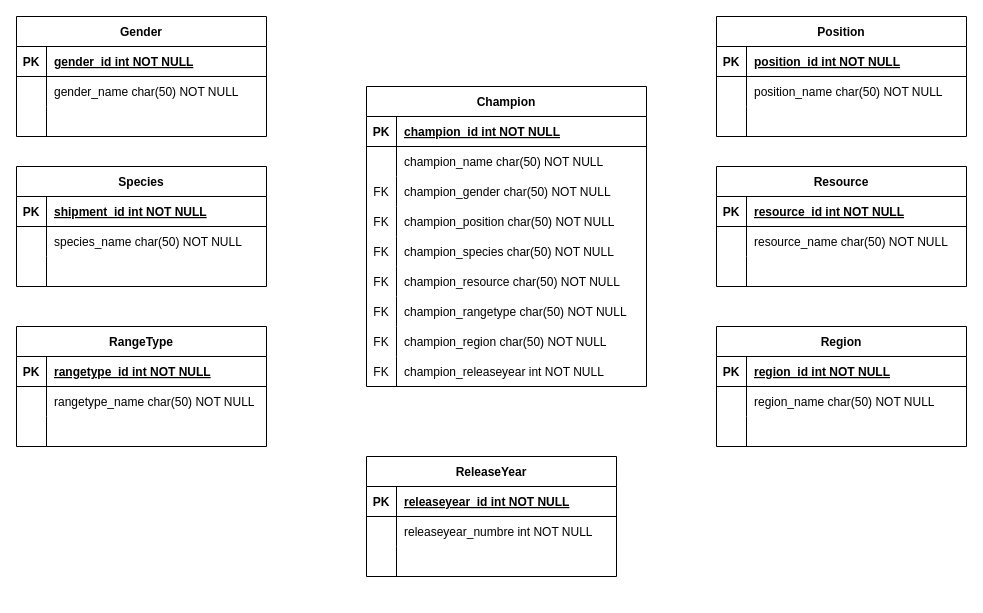
This is Loldle.drawio from YlanBtsCiel/BTS2-CIEL-IR-MCD-2024-2025, a draw.io file, before an edit. Source tidied: cells renumbered, new cells numbered last; positions are measured from the earlier drawing's top-left corner, leaving out a move shared by most shapes. Both pictures are drawn from the tidied source at 100%, with x=0, y=0 at pixel (16, 16).
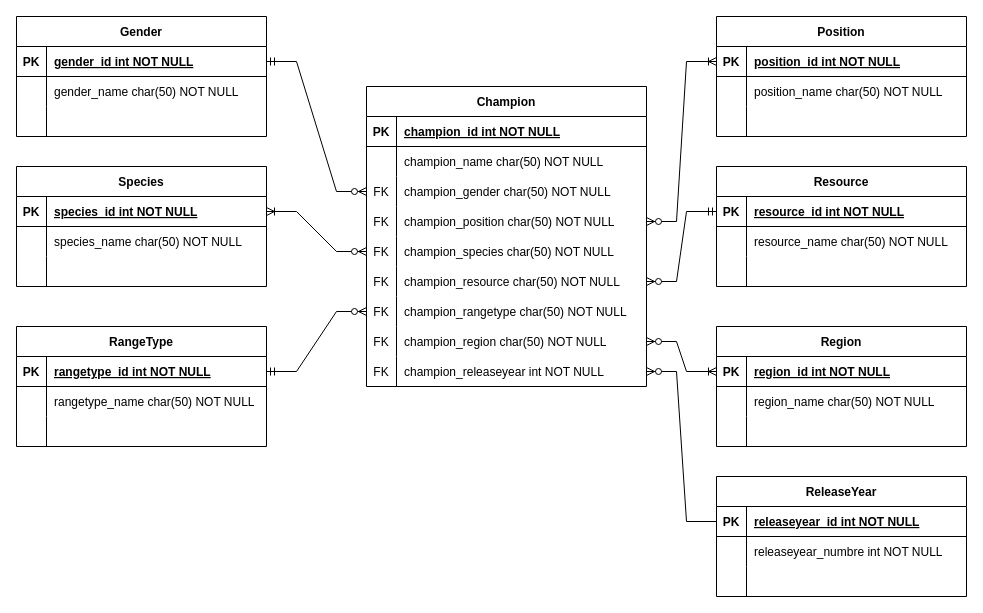
The same diagram, later.

Commit message:
Mettre à jour Loldle.drawio

Unchanged cells that the change refers to:
```xml
<mxCell id="3" style="shape=partialRectangle;fillColor=none;points=[[0,0.5],[1,0.5]];portConstraint=eastwest;top=0;left=0;right=0;bottom=1;" parent="2" vertex="1">
  <mxGeometry y="30" width="250" height="30" as="geometry" />
</mxCell>
<mxCell id="13" style="shape=partialRectangle;fillColor=none;points=[[0,0.5],[1,0.5]];portConstraint=eastwest;top=0;left=0;right=0;bottom=1;" parent="12" vertex="1">
  <mxGeometry y="30" width="250" height="30" as="geometry" />
</mxCell>
<mxCell id="29" style="shape=partialRectangle;fillColor=none;points=[[0,0.5],[1,0.5]];portConstraint=eastwest;top=0;left=0;right=0;bottom=0;" parent="22" vertex="1">
  <mxGeometry y="90" width="280" height="30" as="geometry" />
</mxCell>
<mxCell id="32" style="shape=partialRectangle;fillColor=none;points=[[0,0.5],[1,0.5]];portConstraint=eastwest;top=0;left=0;right=0;bottom=0;" parent="22" vertex="1">
  <mxGeometry y="120" width="280" height="30" as="geometry" />
</mxCell>
<mxCell id="35" style="shape=partialRectangle;fillColor=none;points=[[0,0.5],[1,0.5]];portConstraint=eastwest;top=0;left=0;right=0;bottom=0;" parent="22" vertex="1">
  <mxGeometry y="150" width="280" height="30" as="geometry" />
</mxCell>
<mxCell id="38" style="shape=partialRectangle;fillColor=none;points=[[0,0.5],[1,0.5]];portConstraint=eastwest;top=0;left=0;right=0;bottom=0;" parent="22" vertex="1">
  <mxGeometry y="180" width="280" height="30" as="geometry" />
</mxCell>
<mxCell id="41" style="shape=partialRectangle;fillColor=none;points=[[0,0.5],[1,0.5]];portConstraint=eastwest;top=0;left=0;right=0;bottom=0;" parent="22" vertex="1">
  <mxGeometry y="210" width="280" height="30" as="geometry" />
</mxCell>
<mxCell id="44" style="shape=partialRectangle;fillColor=none;points=[[0,0.5],[1,0.5]];portConstraint=eastwest;top=0;left=0;right=0;bottom=0;" parent="22" vertex="1">
  <mxGeometry y="240" width="280" height="30" as="geometry" />
</mxCell>
<mxCell id="47" style="shape=partialRectangle;fillColor=none;points=[[0,0.5],[1,0.5]];portConstraint=eastwest;top=0;left=0;right=0;bottom=0;" parent="22" vertex="1">
  <mxGeometry y="270" width="280" height="30" as="geometry" />
</mxCell>
<mxCell id="51" style="shape=partialRectangle;fillColor=none;points=[[0,0.5],[1,0.5]];portConstraint=eastwest;top=0;left=0;right=0;bottom=1;" parent="50" vertex="1">
  <mxGeometry y="30" width="250" height="30" as="geometry" />
</mxCell>
<mxCell id="61" style="shape=partialRectangle;fillColor=none;points=[[0,0.5],[1,0.5]];portConstraint=eastwest;top=0;left=0;right=0;bottom=1;" parent="60" vertex="1">
  <mxGeometry y="30" width="250" height="30" as="geometry" />
</mxCell>
<mxCell id="71" style="shape=partialRectangle;fillColor=none;points=[[0,0.5],[1,0.5]];portConstraint=eastwest;top=0;left=0;right=0;bottom=1;" parent="70" vertex="1">
  <mxGeometry y="30" width="250" height="30" as="geometry" />
</mxCell>
<mxCell id="81" style="shape=partialRectangle;fillColor=none;points=[[0,0.5],[1,0.5]];portConstraint=eastwest;top=0;left=0;right=0;bottom=1;" parent="80" vertex="1">
  <mxGeometry y="30" width="250" height="30" as="geometry" />
</mxCell>
<mxCell id="91" style="shape=partialRectangle;fillColor=none;points=[[0,0.5],[1,0.5]];portConstraint=eastwest;top=0;left=0;right=0;bottom=1;" parent="90" vertex="1">
  <mxGeometry y="30" width="250" height="30" as="geometry" />
</mxCell>
```

Change to the diagram source:
```diff
@@
-    <mxCell id="53" value="shipment_id int NOT NULL " style="shape=partialRectangle;overflow=hidden;fillColor=none;top=0;left=0;bottom=0;right=0;align=left;spacingLeft=6;fontStyle=5;" parent="51" vertex="1">
+    <mxCell id="53" value="species_id int NOT NULL " style="shape=partialRectangle;overflow=hidden;fillColor=none;top=0;left=0;bottom=0;right=0;align=left;spacingLeft=6;fontStyle=5;" parent="51" vertex="1">
       <mxGeometry x="30" width="220" height="30" as="geometry" />
     </mxCell>
@@
     <mxCell id="90" value="ReleaseYear" style="shape=table;startSize=30;childLayout=tableLayout;rowLines=0;fontStyle=1;align=center;" parent="1" vertex="1">
-      <mxGeometry x="350" y="440" width="250" height="120" as="geometry" />
+      <mxGeometry x="700" y="460" width="250" height="120" as="geometry" />
     </mxCell>
@@
+    <mxCell id="100" style="edgeStyle=entityRelationEdgeStyle;fontSize=12;html=1;endArrow=ERzeroToMany;startArrow=ERmandOne;rounded=0;entryX=0;entryY=0.5;entryDx=0;entryDy=0;exitX=1;exitY=0.5;exitDx=0;exitDy=0;" parent="1" edge="1" source="3" target="29">
+      <mxGeometry relative="1" as="geometry" />
+    </mxCell>
+    <mxCell id="101" style="edgeStyle=entityRelationEdgeStyle;fontSize=12;html=1;endArrow=ERoneToMany;startArrow=ERzeroToMany;rounded=0;entryX=0;entryY=0.5;entryDx=0;entryDy=0;exitX=1;exitY=0.5;exitDx=0;exitDy=0;" parent="1" edge="1" source="32" target="13">
+      <mxGeometry relative="1" as="geometry" />
+    </mxCell>
+    <mxCell id="102" style="edgeStyle=entityRelationEdgeStyle;fontSize=12;html=1;endArrow=ERoneToMany;startArrow=ERzeroToMany;rounded=0;entryX=1;entryY=0.5;entryDx=0;entryDy=0;exitX=0;exitY=0.5;exitDx=0;exitDy=0;" parent="1" edge="1" source="35" target="51">
+      <mxGeometry relative="1" as="geometry" />
+    </mxCell>
+    <mxCell id="103" style="edgeStyle=entityRelationEdgeStyle;fontSize=12;html=1;endArrow=ERzeroToMany;startArrow=ERmandOne;rounded=0;entryX=1;entryY=0.5;entryDx=0;entryDy=0;exitX=0;exitY=0.5;exitDx=0;exitDy=0;" parent="1" edge="1" source="61" target="38">
+      <mxGeometry relative="1" as="geometry" />
+    </mxCell>
+    <mxCell id="104" style="edgeStyle=entityRelationEdgeStyle;fontSize=12;html=1;endArrow=ERzeroToMany;startArrow=ERmandOne;rounded=0;entryX=0;entryY=0.5;entryDx=0;entryDy=0;exitX=1;exitY=0.5;exitDx=0;exitDy=0;" parent="1" edge="1" source="71" target="41">
+      <mxGeometry relative="1" as="geometry" />
+    </mxCell>
+    <mxCell id="105" style="edgeStyle=entityRelationEdgeStyle;fontSize=12;html=1;endArrow=ERzeroToMany;startArrow=ERoneToMany;rounded=0;entryX=1;entryY=0.5;entryDx=0;entryDy=0;exitX=0;exitY=0.5;exitDx=0;exitDy=0;startFill=0;" parent="1" edge="1" source="81" target="44">
+      <mxGeometry relative="1" as="geometry" />
+    </mxCell>
+    <mxCell id="106" style="edgeStyle=entityRelationEdgeStyle;fontSize=12;html=1;endArrow=ERzeroToMany;endFill=1;rounded=0;entryX=1;entryY=0.5;entryDx=0;entryDy=0;exitX=0;exitY=0.5;exitDx=0;exitDy=0;" parent="1" edge="1" source="91" target="47">
+      <mxGeometry relative="1" as="geometry" />
+    </mxCell>
```
